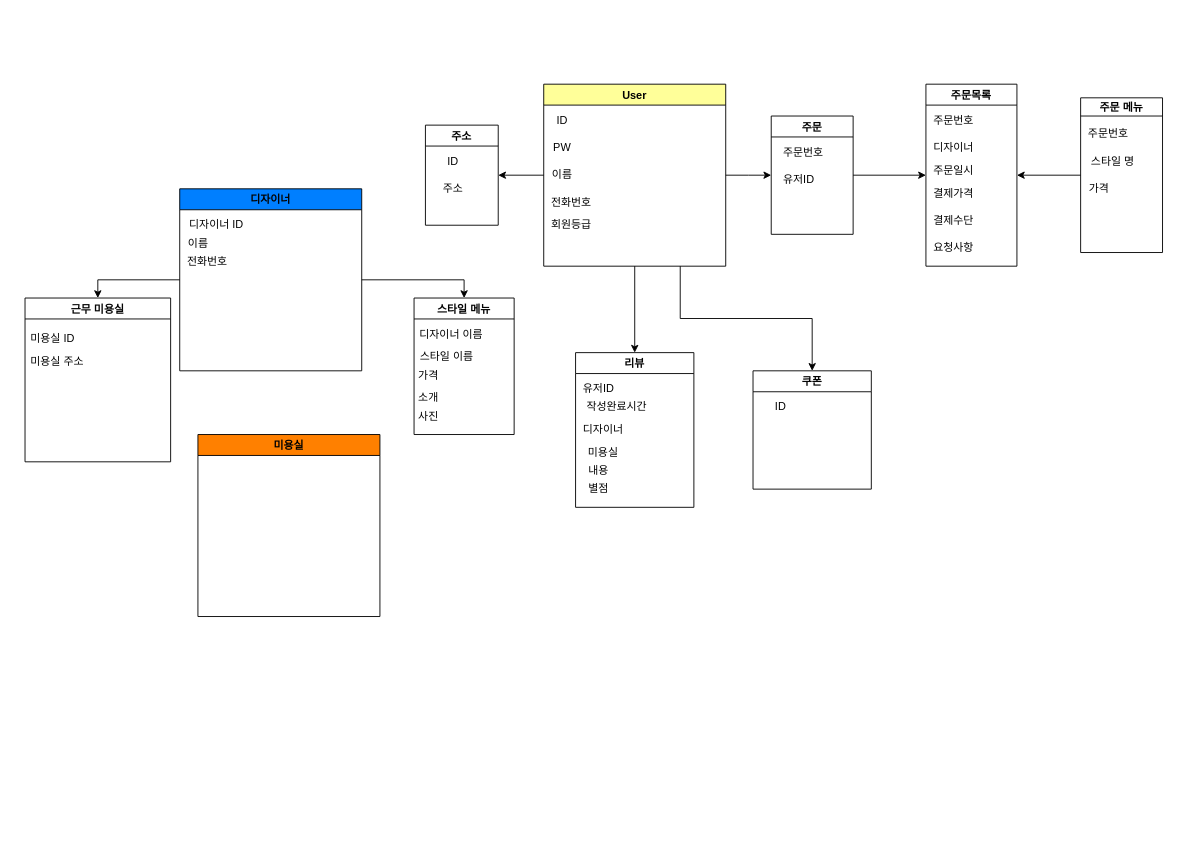
This is Untitled Diagram.drawio from eigen98/OttApp, a draw.io file, before an edit. Source tidied: cells renumbered, new cells numbered last; positions are measured from the earlier drawing's top-left corner, leaving out a move shared by most shapes. Both pictures are drawn from the tidied source at 91%, with x=0, y=0 at pixel (20, 84).
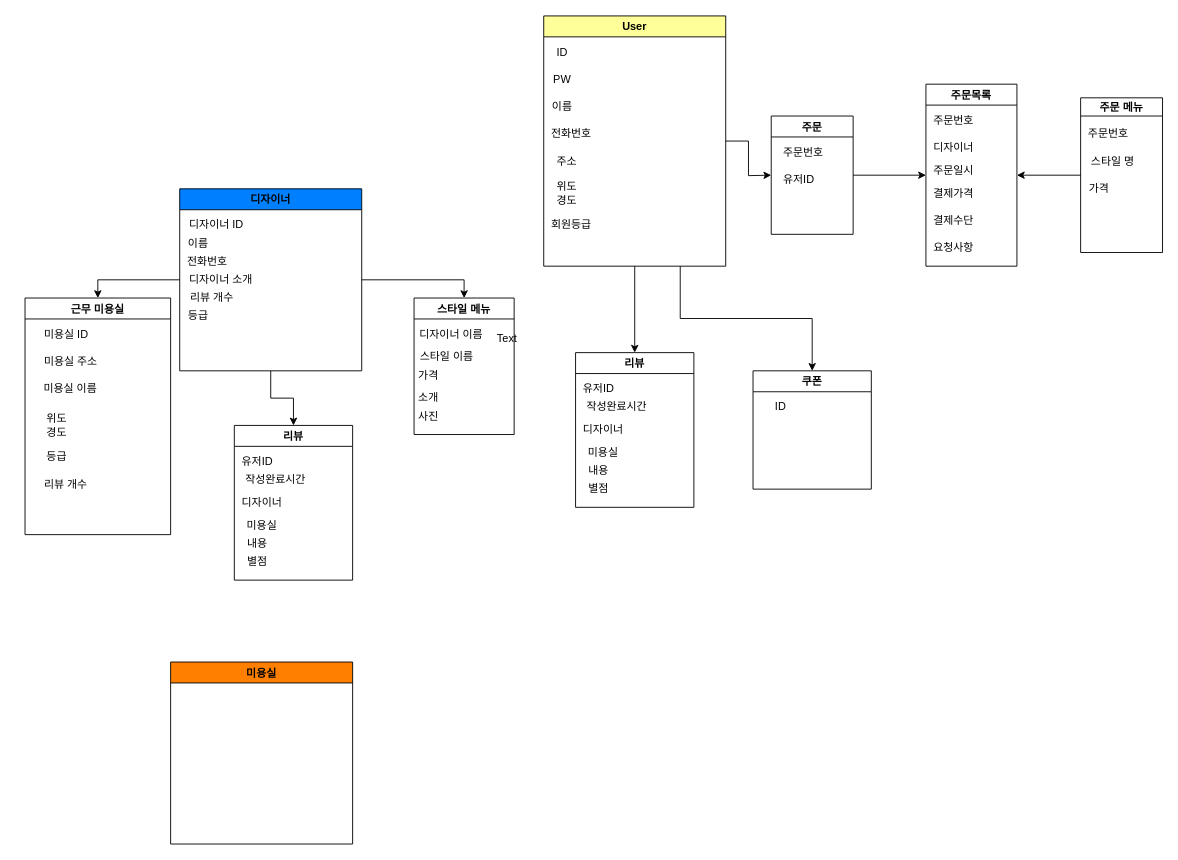
After the change.

The change refers to these unchanged cells:
```xml
<mxCell id="41" value="디자이너" style="swimlane;fillColor=#007FFF;startSize=23;fontColor=#030303;" parent="1" vertex="1">
  <mxGeometry x="175" y="115" width="200" height="200" as="geometry" />
</mxCell>
```

What changed in the source:
```diff
@@
-    <mxCell id="2" style="edgeStyle=orthogonalEdgeStyle;rounded=0;jettySize=auto;html=1;exitX=0;exitY=0.5;exitDx=0;exitDy=0;entryX=1;entryY=0.5;entryDx=0;entryDy=0;" parent="1" edge="1" source="6" target="11">
-      <mxGeometry relative="1" as="geometry" />
-    </mxCell>
@@
     <mxCell id="6" value="User" style="swimlane;fillColor=#FFFF99;fontColor=#030303;" parent="1" vertex="1">
-      <mxGeometry x="575" width="200" height="200" as="geometry" />
+      <mxGeometry x="575" y="-75" width="200" height="275" as="geometry" />
     </mxCell>
@@
-    <mxCell id="11" value="주소" style="swimlane;startSize=23;" parent="1" vertex="1">
-      <mxGeometry x="445" y="45" width="80" height="110" as="geometry" />
-    </mxCell>
-    <mxCell id="12" value="ID" style="text;html=1;align=center;verticalAlign=middle;strokeColor=none;fillColor=none;" parent="1" vertex="1">
-      <mxGeometry x="460" y="75" width="30" height="20" as="geometry" />
-    </mxCell>
-    <mxCell id="13" value="주소" style="text;html=1;align=center;verticalAlign=middle;strokeColor=none;fillColor=none;" parent="1" vertex="1">
-      <mxGeometry x="455" y="105" width="40" height="20" as="geometry" />
+    <mxCell id="13" value="주소" style="text;html=1;align=center;verticalAlign=middle;strokeColor=none;fillColor=none;" parent="6" vertex="1">
+      <mxGeometry x="5" y="150" width="40" height="20" as="geometry" />
     </mxCell>
+    <mxCell id="56" value="위도&lt;br&gt;경도" style="text;html=1;align=center;verticalAlign=middle;strokeColor=none;fillColor=none;" parent="6" vertex="1">
+      <mxGeometry x="5" y="180" width="40" height="30" as="geometry" />
+    </mxCell>
@@
+    <mxCell id="57" style="edgeStyle=orthogonalEdgeStyle;rounded=0;jettySize=auto;html=1;exitX=0.5;exitY=1;exitDx=0;exitDy=0;entryX=0.5;entryY=0;entryDx=0;entryDy=0;" parent="1" edge="1" source="41" target="66">
+      <mxGeometry relative="1" as="geometry" />
+    </mxCell>
@@
+    <mxCell id="58" value="디자이너 소개" style="text;html=1;align=center;verticalAlign=middle;strokeColor=none;fillColor=none;" parent="41" vertex="1">
+      <mxGeometry y="90" width="90" height="20" as="geometry" />
+    </mxCell>
+    <mxCell id="59" value="리뷰 개수" style="text;html=1;align=center;verticalAlign=middle;strokeColor=none;fillColor=none;" parent="41" vertex="1">
+      <mxGeometry y="110" width="70" height="20" as="geometry" />
+    </mxCell>
+    <mxCell id="60" value="등급" style="text;html=1;align=center;verticalAlign=middle;strokeColor=none;fillColor=none;" parent="41" vertex="1">
+      <mxGeometry y="130" width="40" height="20" as="geometry" />
+    </mxCell>
@@
     <mxCell id="52" value="근무 미용실" style="swimlane;fillColor=#FFFFFF;fontColor=#030303;" parent="1" vertex="1">
-      <mxGeometry x="5" y="235" width="160" height="180" as="geometry" />
+      <mxGeometry x="5" y="235" width="160" height="260" as="geometry" />
     </mxCell>
     <mxCell id="53" value="미용실 ID" style="text;html=1;align=center;verticalAlign=middle;strokeColor=none;fillColor=none;" parent="52" vertex="1">
-      <mxGeometry x="-5" y="35" width="70" height="20" as="geometry" />
+      <mxGeometry x="10" y="30" width="70" height="20" as="geometry" />
     </mxCell>
     <mxCell id="54" value="미용실 주소" style="text;html=1;align=center;verticalAlign=middle;strokeColor=none;fillColor=none;" parent="52" vertex="1">
-      <mxGeometry x="-5" y="60" width="80" height="20" as="geometry" />
+      <mxGeometry x="10" y="60" width="80" height="20" as="geometry" />
     </mxCell>
+    <mxCell id="61" value="위도&lt;br&gt;경도" style="text;html=1;strokeColor=none;fillColor=none;align=center;verticalAlign=middle;whiteSpace=wrap;rounded=0;" parent="52" vertex="1">
+      <mxGeometry y="120" width="70" height="40" as="geometry" />
+    </mxCell>
+    <mxCell id="62" value="미용실 이름" style="text;html=1;strokeColor=none;fillColor=none;align=center;verticalAlign=middle;whiteSpace=wrap;rounded=0;" parent="52" vertex="1">
+      <mxGeometry x="-10" y="80" width="120" height="40" as="geometry" />
+    </mxCell>
+    <mxCell id="63" value="등급" style="text;html=1;strokeColor=none;fillColor=none;align=center;verticalAlign=middle;whiteSpace=wrap;rounded=0;" parent="52" vertex="1">
+      <mxGeometry x="5" y="160" width="60" height="30" as="geometry" />
+    </mxCell>
+    <mxCell id="64" value="리뷰 개수" style="text;html=1;strokeColor=none;fillColor=none;align=center;verticalAlign=middle;whiteSpace=wrap;rounded=0;" parent="52" vertex="1">
+      <mxGeometry x="15" y="190" width="60" height="30" as="geometry" />
+    </mxCell>
     <mxCell id="55" value="미용실" style="swimlane;fillColor=#FF8000;" parent="1" vertex="1">
-      <mxGeometry x="195" y="385" width="200" height="200" as="geometry" />
+      <mxGeometry x="165" y="635" width="200" height="200" as="geometry" />
     </mxCell>
+    <mxCell id="65" value="Text" style="text;html=1;strokeColor=none;fillColor=none;align=center;verticalAlign=middle;whiteSpace=wrap;rounded=0;" parent="1" vertex="1">
+      <mxGeometry x="505" y="265" width="60" height="30" as="geometry" />
+    </mxCell>
+    <mxCell id="66" value="리뷰" style="swimlane;fillColor=#FFFFFF;fontColor=#030303;" parent="1" vertex="1">
+      <mxGeometry x="235" y="375" width="130" height="170" as="geometry" />
+    </mxCell>
+    <mxCell id="67" value="유저ID" style="text;html=1;align=center;verticalAlign=middle;strokeColor=none;fillColor=none;" parent="66" vertex="1">
+      <mxGeometry y="30" width="50" height="20" as="geometry" />
+    </mxCell>
+    <mxCell id="68" value="작성완료시간" style="text;html=1;align=center;verticalAlign=middle;strokeColor=none;fillColor=none;" parent="66" vertex="1">
+      <mxGeometry y="50" width="90" height="20" as="geometry" />
+    </mxCell>
+    <mxCell id="69" value="디자이너" style="text;html=1;align=center;verticalAlign=middle;strokeColor=none;fillColor=none;" parent="66" vertex="1">
+      <mxGeometry y="75" width="60" height="20" as="geometry" />
+    </mxCell>
+    <mxCell id="70" value="미용실" style="text;html=1;align=center;verticalAlign=middle;strokeColor=none;fillColor=none;" parent="66" vertex="1">
+      <mxGeometry x="5" y="100" width="50" height="20" as="geometry" />
+    </mxCell>
+    <mxCell id="71" value="내용" style="text;html=1;align=center;verticalAlign=middle;strokeColor=none;fillColor=none;" parent="66" vertex="1">
+      <mxGeometry x="5" y="120" width="40" height="20" as="geometry" />
+    </mxCell>
+    <mxCell id="72" value="별점" style="text;html=1;align=center;verticalAlign=middle;strokeColor=none;fillColor=none;" parent="66" vertex="1">
+      <mxGeometry x="5" y="140" width="40" height="20" as="geometry" />
+    </mxCell>
```
